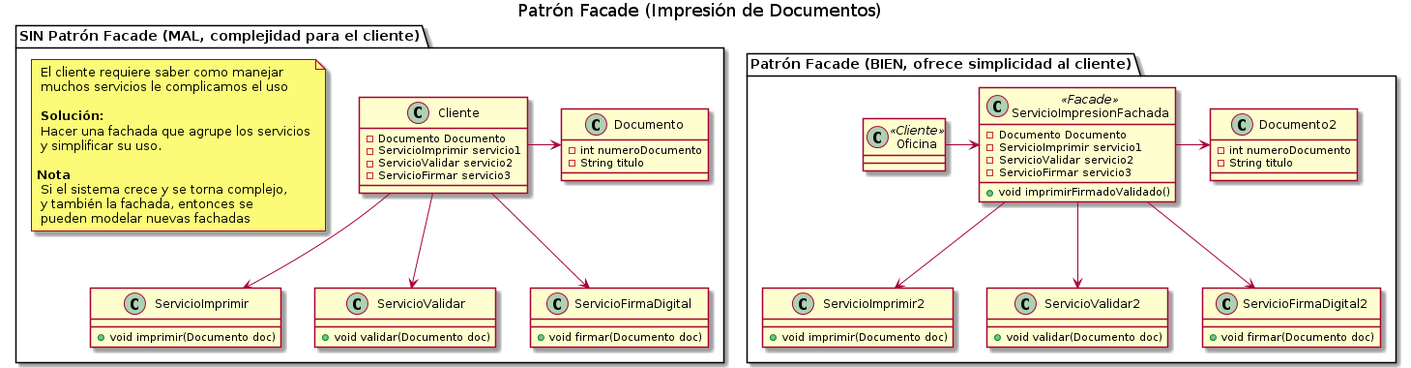
Earlier version of the PlantUML export practica/patrones-de-diseño/java8/diagramas-de-clases/servicio-impresion-facade.png (manu-utn/bitacora-diseno-de-sistemas).
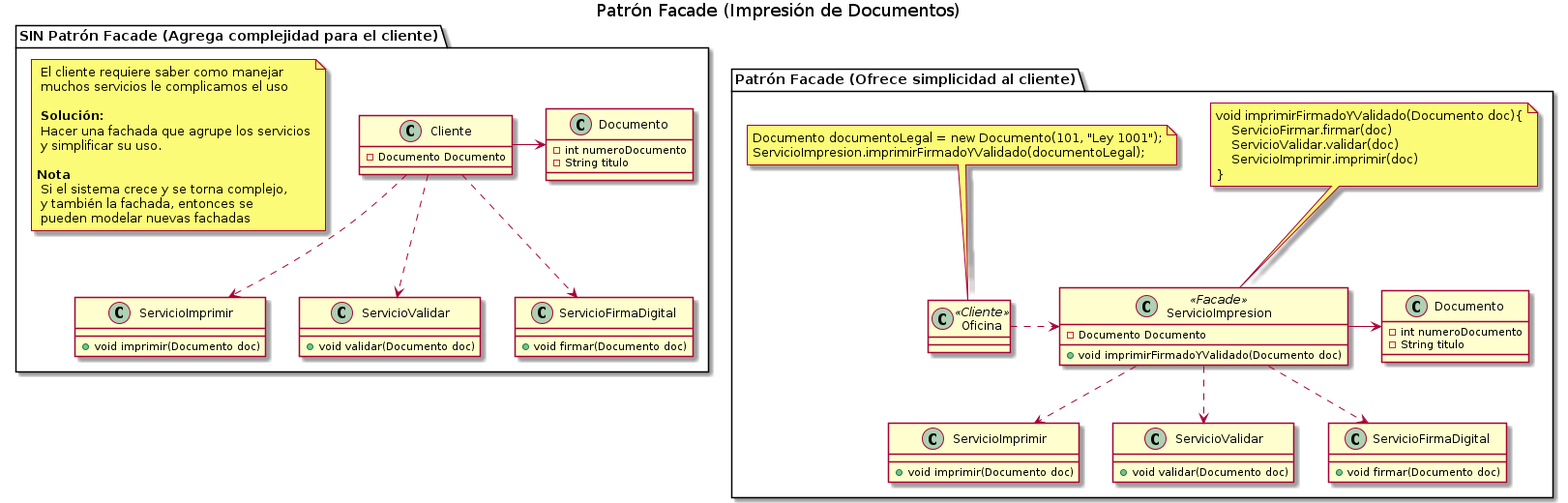
After the change.

The edit, as a diff of the source:
```diff
@@ -2,38 +2,49 @@
 Title Patrón Facade (Impresión de Documentos)
 
 
-package "Patrón Facade (BIEN, ofrece simplicidad al cliente)" as A{
+package "Patrón Facade (Ofrece simplicidad al cliente)" as A{
     class Oficina <<Cliente>>{
     }
 
-    class ServicioImpresionFachada <<Facade>>{
+    class ServicioImpresion <<Facade>>{
         -Documento Documento
-        -ServicioImprimir servicio1
-        -ServicioValidar servicio2
-        -ServicioFirmar servicio3
 
-        +void imprimirFirmadoValidado()
+        +void imprimirFirmadoYValidado(Documento doc)
     }
 
-    class Documento2{
+    class "Documento" as Documento2{
         -int numeroDocumento
         -String titulo
     }
 
-    class ServicioImprimir2{
+    class "ServicioImprimir" as ServicioImprimir2{
         +void imprimir(Documento doc)
     }
 
-    class ServicioValidar2{
+    class "ServicioValidar" as ServicioValidar2{
         +void validar(Documento doc)
     }
 
-    class ServicioFirmaDigital2{
+    class "ServicioFirmaDigital" as ServicioFirmaDigital2{
         +void firmar(Documento doc)
     }
+
+
+    note top of Oficina
+    Documento documentoLegal = new Documento(101, "Ley 1001");
+    ServicioImpresion.imprimirFirmadoYValidado(documentoLegal);
+    end note
+
+    note top of ServicioImpresion
+    void imprimirFirmadoYValidado(Documento doc){
+        ServicioFirmar.firmar(doc)
+        ServicioValidar.validar(doc)
+        ServicioImprimir.imprimir(doc)
+    }
+    end note
 }
 
-package "SIN Patrón Facade (MAL, complejidad para el cliente)" as B{
+package "SIN Patrón Facade (Agrega complejidad para el cliente)" as B{
 
     note as A
     El cliente requiere saber como manejar
@@ -51,9 +62,6 @@
 
     class Cliente{
         -Documento Documento
-        -ServicioImprimir servicio1
-        -ServicioValidar servicio2
-        -ServicioFirmar servicio3
     }
 
     class Documento{
@@ -76,17 +84,17 @@
 
 
 
-Cliente -down-> ServicioValidar
-Cliente -down-> ServicioFirmaDigital
-Cliente -down-> ServicioImprimir
+Cliente .down.> ServicioValidar
+Cliente .down.> ServicioFirmaDigital
+Cliente .down.> ServicioImprimir
 Cliente -right-> Documento
 
 
-Oficina -right-> ServicioImpresionFachada
-ServicioImpresionFachada -down-> ServicioValidar2
-ServicioImpresionFachada -down-> ServicioFirmaDigital2
-ServicioImpresionFachada -down-> ServicioImprimir2
-ServicioImpresionFachada -right-> Documento2
+Oficina .right.> ServicioImpresion
+ServicioImpresion .down.> ServicioValidar2
+ServicioImpresion .down.> ServicioFirmaDigital2
+ServicioImpresion .down.> ServicioImprimir2
+ServicioImpresion -right-> Documento2
 
 
 @enduml
```
